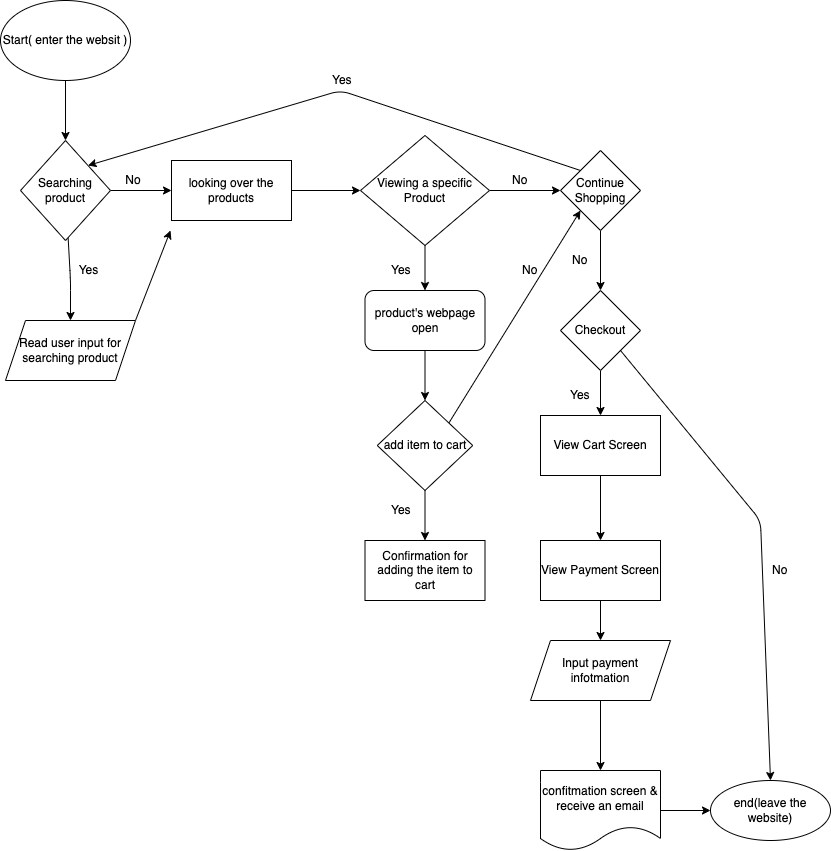
Above: explore/diagramming/diagram.drawio.png in renawuq/fa22-cse110-lab4 (draw.io), before the change. Source tidied: cells renumbered, new cells last; positions are measured from the earlier drawing's top-left corner, leaving out a move shared by most shapes.
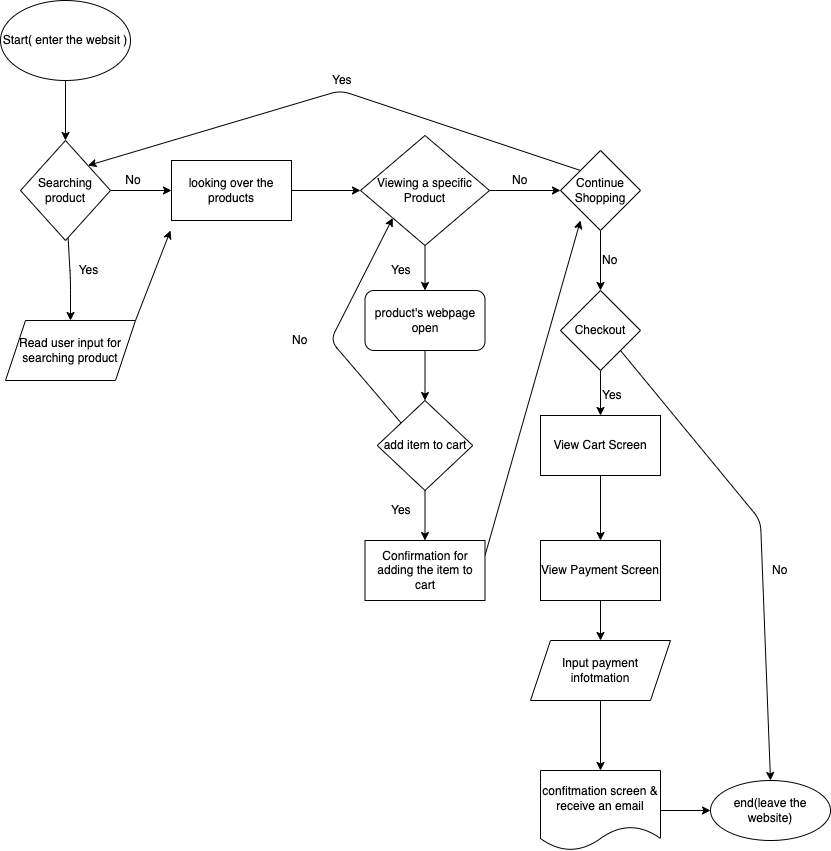
Later version of the same file.

The edit, as a diff of the source:
```diff
@@ -53,12 +53,21 @@
     <mxCell id="16" style="edgeStyle=none;html=1;exitX=0.5;exitY=1;exitDx=0;exitDy=0;entryX=0.5;entryY=0;entryDx=0;entryDy=0;" parent="1" edge="1" source="18" target="19">
       <mxGeometry relative="1" as="geometry" />
     </mxCell>
-    <mxCell id="17" style="edgeStyle=none;html=1;exitX=1;exitY=0;exitDx=0;exitDy=0;entryX=0;entryY=1;entryDx=0;entryDy=0;" parent="1" edge="1" source="18" target="24">
-      <mxGeometry relative="1" as="geometry" />
-    </mxCell>
+    <mxCell id="45" style="edgeStyle=none;html=1;exitX=0;exitY=0;exitDx=0;exitDy=0;entryX=0;entryY=1;entryDx=0;entryDy=0;" parent="1" edge="1" source="18" target="15">
+      <mxGeometry relative="1" as="geometry">
+        <Array as="points">
+          <mxPoint x="330" y="340" />
+        </Array>
+      </mxGeometry>
+    </mxCell>
     <mxCell id="18" value="add item to cart" style="rhombus;whiteSpace=wrap;html=1;" parent="1" vertex="1">
       <mxGeometry x="376.8" y="400" width="95.5" height="90" as="geometry" />
     </mxCell>
+    <mxCell id="46" style="edgeStyle=none;html=1;exitX=1;exitY=0.25;exitDx=0;exitDy=0;" parent="1" edge="1" source="19">
+      <mxGeometry relative="1" as="geometry">
+        <mxPoint x="580" y="220" as="targetPoint" />
+      </mxGeometry>
+    </mxCell>
     <mxCell id="19" value="Confirmation for adding the item to cart" style="whiteSpace=wrap;html=1;" parent="1" vertex="1">
       <mxGeometry x="364.5" y="540" width="120" height="60" as="geometry" />
     </mxCell>
@@ -107,7 +116,7 @@
       <mxGeometry x="560" y="290" width="80" height="80" as="geometry" />
     </mxCell>
     <mxCell id="32" value="&lt;div&gt;No&lt;/div&gt;" style="text;strokeColor=none;fillColor=none;html=1;whiteSpace=wrap;verticalAlign=middle;overflow=hidden;" parent="1" vertex="1">
-      <mxGeometry x="570" y="240" width="40" height="40" as="geometry" />
+      <mxGeometry x="600" y="240" width="40" height="40" as="geometry" />
     </mxCell>
     <mxCell id="33" style="edgeStyle=none;html=1;" parent="1" edge="1" source="34" target="36">
       <mxGeometry relative="1" as="geometry" />
@@ -137,10 +146,10 @@
       <mxGeometry x="710" y="780" width="120" height="60" as="geometry" />
     </mxCell>
     <mxCell id="42" value="No" style="text;strokeColor=none;fillColor=none;html=1;whiteSpace=wrap;verticalAlign=middle;overflow=hidden;rotation=0;" parent="1" vertex="1">
-      <mxGeometry x="520" y="260" width="40" height="20" as="geometry" />
+      <mxGeometry x="290" y="330" width="40" height="20" as="geometry" />
     </mxCell>
     <mxCell id="43" value="Yes" style="text;strokeColor=none;fillColor=none;html=1;whiteSpace=wrap;verticalAlign=middle;overflow=hidden;" parent="1" vertex="1">
-      <mxGeometry x="567.8" y="380" width="44.5" height="30" as="geometry" />
+      <mxGeometry x="600" y="380" width="44.5" height="30" as="geometry" />
     </mxCell>
     <mxCell id="44" value="No" style="text;strokeColor=none;fillColor=none;html=1;whiteSpace=wrap;verticalAlign=middle;overflow=hidden;" parent="1" vertex="1">
       <mxGeometry x="770" y="550" width="40" height="40" as="geometry" />
```
